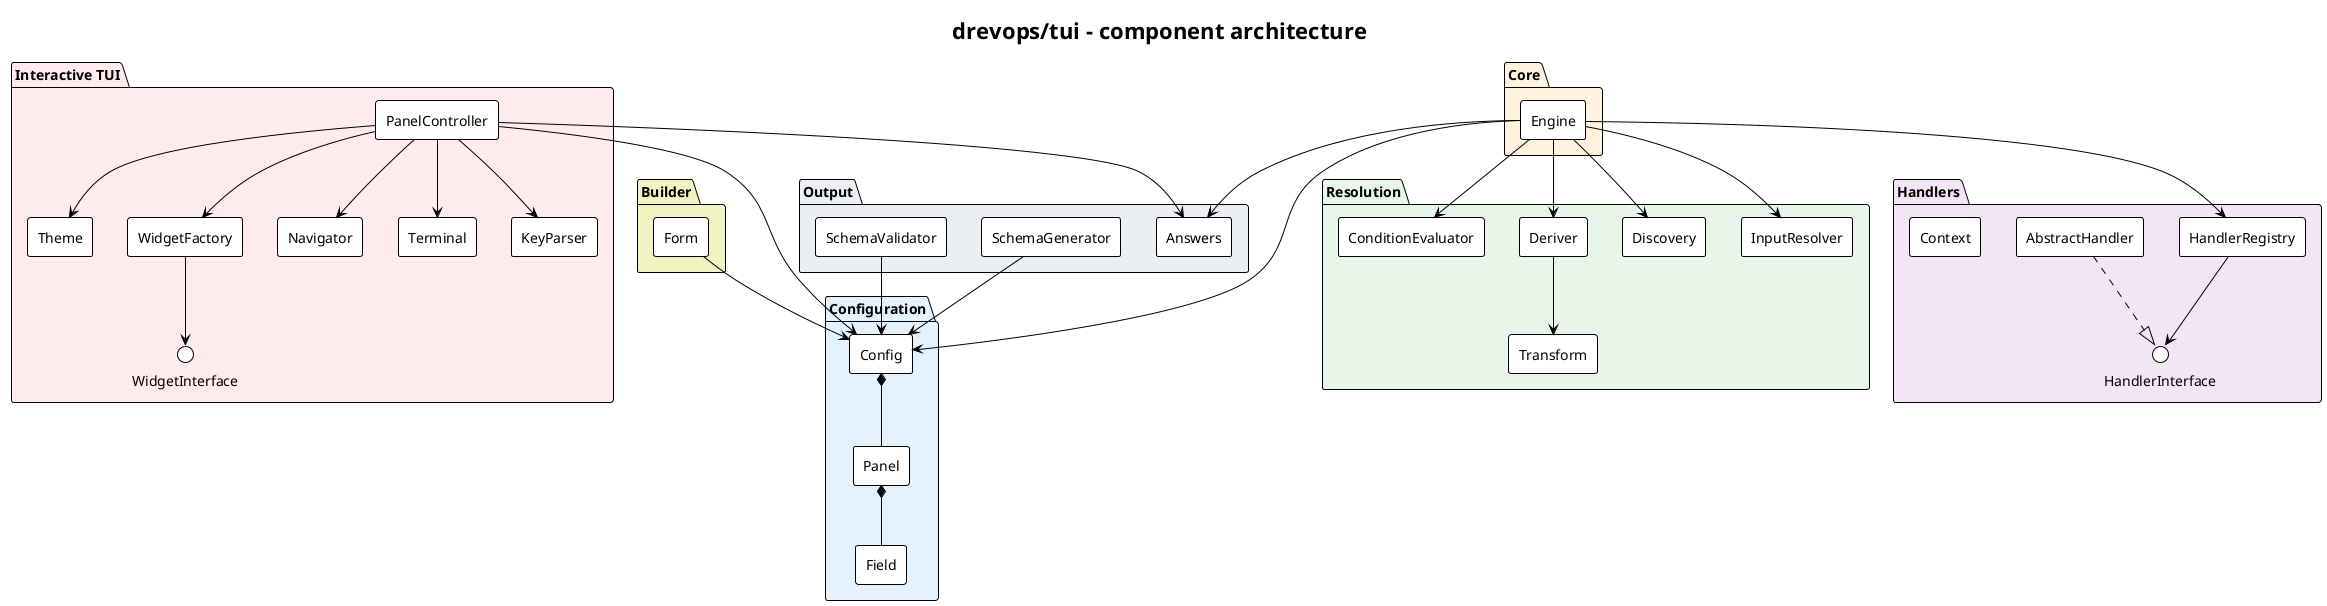
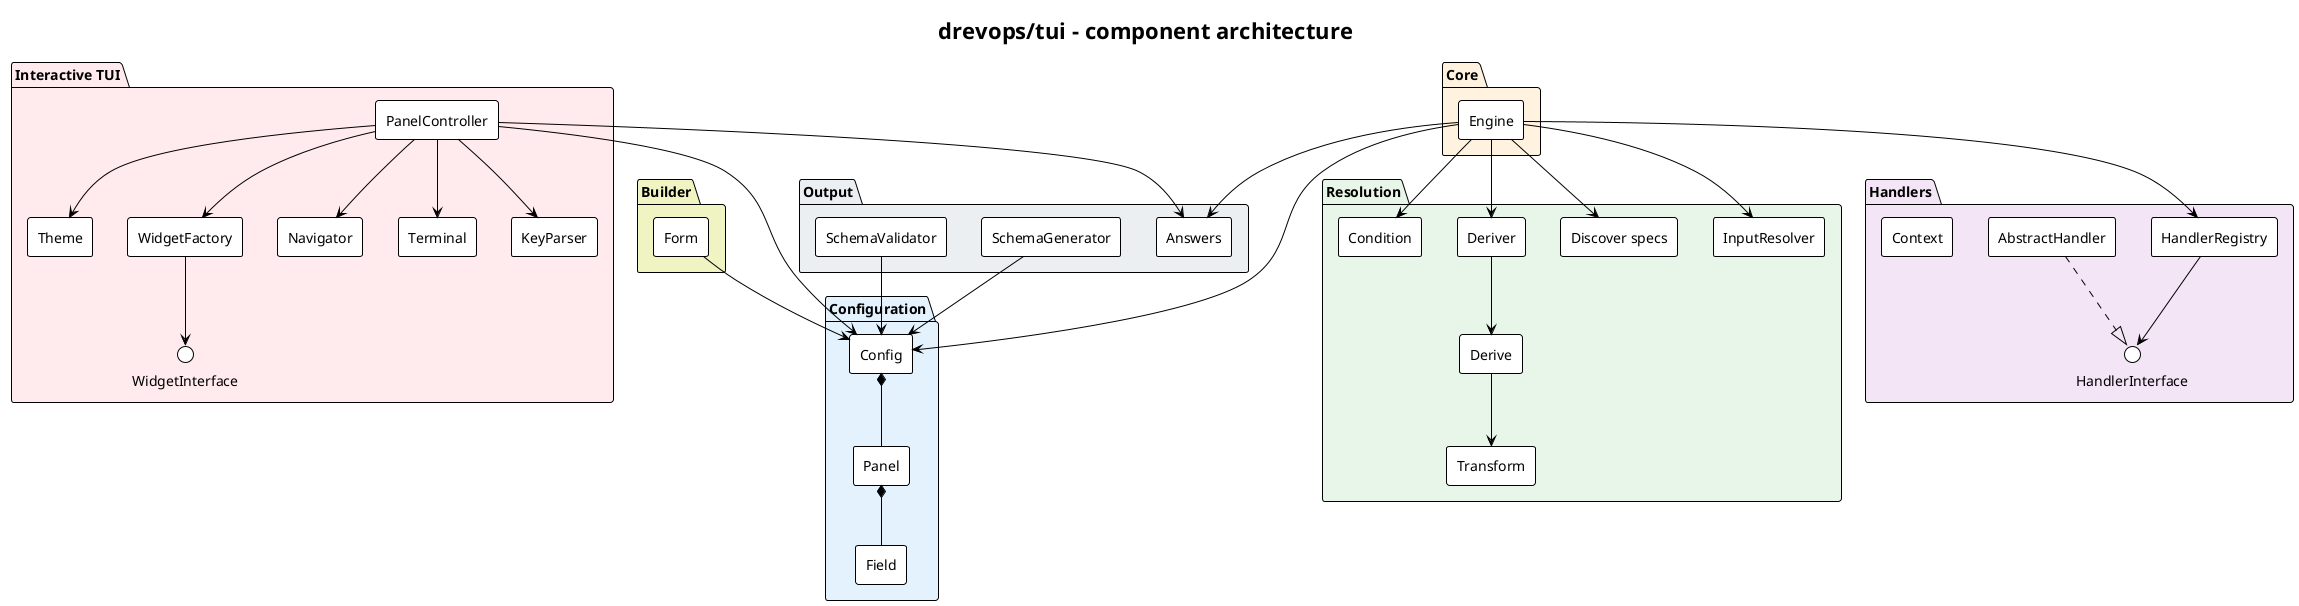
@startuml
' drevops/tui - component architecture.
' Packages mirror the src/ subdirectories; arrows show the main dependencies.
' Regenerate every SVG with:  plantuml -tsvg docs/architecture/*.puml
!theme plain
skinparam backgroundColor white
skinparam defaultFontName Helvetica
skinparam shadowing false
skinparam componentStyle rectangle
title drevops/tui - component architecture

package "Builder" #F0F4C3 {
  [Form]
}

package "Configuration" #E3F2FD {
  [Config]
  [Panel]
  [Field]
}

package "Core" #FFF3E0 {
  [Engine]
}

package "Resolution" #E8F5E9 {
  [InputResolver]
-   [Discovery]
+   [Discover specs]
  [Deriver]
+   [Derive]
  [Transform]
-   [ConditionEvaluator]
+   [Condition]
}

package "Handlers" #F3E5F5 {
  [HandlerRegistry]
  interface HandlerInterface
  [AbstractHandler]
  [Context]
}

package "Output" #ECEFF1 {
  [Answers]
  [SchemaGenerator]
  [SchemaValidator]
}

package "Interactive TUI" #FFEBEE {
  [PanelController]
  [Theme]
  [WidgetFactory]
  interface WidgetInterface
  [Navigator]
  [Terminal]
  [KeyParser]
}

[Form] --> [Config]
[Config] *-- [Panel]
[Panel] *-- [Field]

[Engine] --> [Config]
[Engine] --> [InputResolver]
- [Engine] --> [Discovery]
+ [Engine] --> [Discover specs]
[Engine] --> [Deriver]
- [Deriver] --> [Transform]
- [Engine] --> [ConditionEvaluator]
+ [Deriver] --> [Derive]
+ [Derive] --> [Transform]
+ [Engine] --> [Condition]
[Engine] --> [HandlerRegistry]
[HandlerRegistry] --> HandlerInterface
[AbstractHandler] ..|> HandlerInterface
[Engine] --> [Answers]

[SchemaGenerator] --> [Config]
[SchemaValidator] --> [Config]

[PanelController] --> [Config]
[PanelController] --> [Theme]
[PanelController] --> [WidgetFactory]
[WidgetFactory] --> WidgetInterface
[PanelController] --> [Navigator]
[PanelController] --> [Terminal]
[PanelController] --> [KeyParser]
[PanelController] --> [Answers]
@enduml
